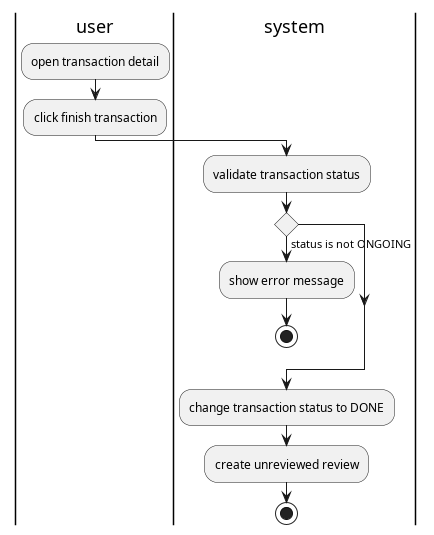
The PlantUML diagram thesis/latex/diagram/activity diagram/15. transaction/finish transaction/finish transaction.png in aldihsuhandi/skripsi-2023, before a commit. Its diagram source:
```plantuml
@startuml finish transaction

|user|
:open transaction detail;
:click finish transaction;
|system|
:validate transaction status;
if () then (status is not ONGOING)
    |system|
    :show error message;
    stop
endif

:change transaction status to DONE;
:create unreviewed review;
stop

@enduml
```
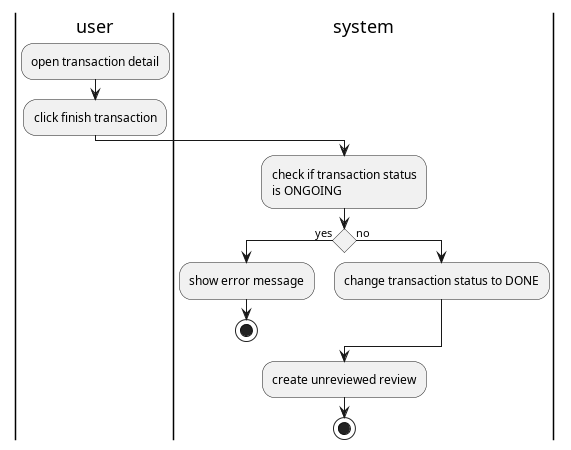
After the change.

What changed in the source:
```diff
@@ -4,14 +4,16 @@
 :open transaction detail;
 :click finish transaction;
 |system|
-:validate transaction status;
-if () then (status is not ONGOING)
+:check if transaction status
+is ONGOING;
+if () then (yes)
     |system|
     :show error message;
     stop
+else (no)
+    :change transaction status to DONE;
 endif
 
-:change transaction status to DONE;
 :create unreviewed review;
 stop
 
```
